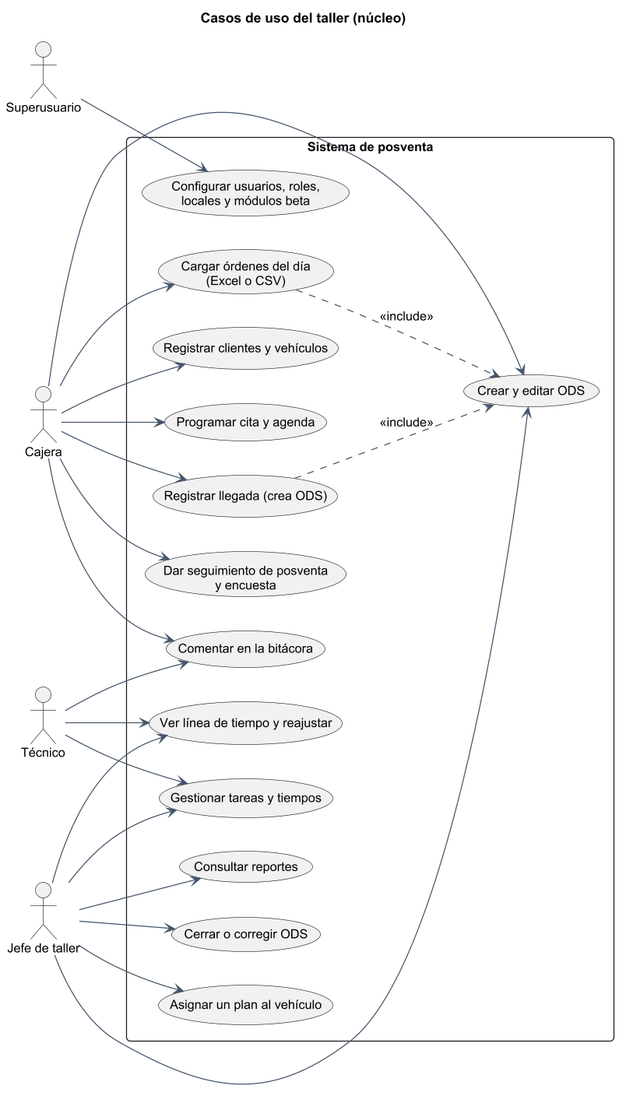
This is diagramas/R81_consolidados/png/DCU-R81-0001_casos_de_uso_taller.png from AlvaroMachaca05Dev/Tesis_Posventa, a PlantUML export, as it was before one commit. Source of this version:
```plantuml
@startuml
skinparam shadowing false
skinparam defaultFontName Arial
skinparam defaultFontSize 13
skinparam dpi 120
skinparam roundCorner 8
skinparam ArrowColor #44546a
skinparam ClassBackgroundColor #f4f8fc
skinparam ClassBorderColor #44546a
skinparam PackageBackgroundColor #ffffff
skinparam NoteBackgroundColor #fff8e1

title Casos de uso del taller (núcleo)
left to right direction
actor "Cajera" as CA
actor "Jefe de taller" as JT
actor "Técnico" as TE
actor "Superusuario" as SU
rectangle "Sistema de posventa" {
  usecase "Cargar órdenes del día\n(Excel o CSV)" as U1
  usecase "Registrar clientes y vehículos" as U2
  usecase "Crear y editar ODS" as U3
  usecase "Cerrar o corregir ODS" as U4
  usecase "Asignar un plan al vehículo" as U5
  usecase "Ver línea de tiempo y reajustar" as U6
  usecase "Programar cita y agenda" as U7
  usecase "Registrar llegada (crea ODS)" as U8
  usecase "Gestionar tareas y tiempos" as U9
  usecase "Comentar en la bitácora" as U10
  usecase "Dar seguimiento de posventa\ny encuesta" as U11
  usecase "Consultar reportes" as U12
  usecase "Configurar usuarios, roles,\nlocales y módulos beta" as U13
}
SU --> U13
CA --> U1
CA --> U2
CA --> U3
CA --> U7
CA --> U8
CA --> U11
JT --> U3
JT --> U4
JT --> U5
JT --> U6
JT --> U9
JT --> U12
TE --> U9
TE --> U10
TE --> U6
CA --> U10
U8 ..> U3 : <<include>>
U1 ..> U3 : <<include>>
@enduml
```
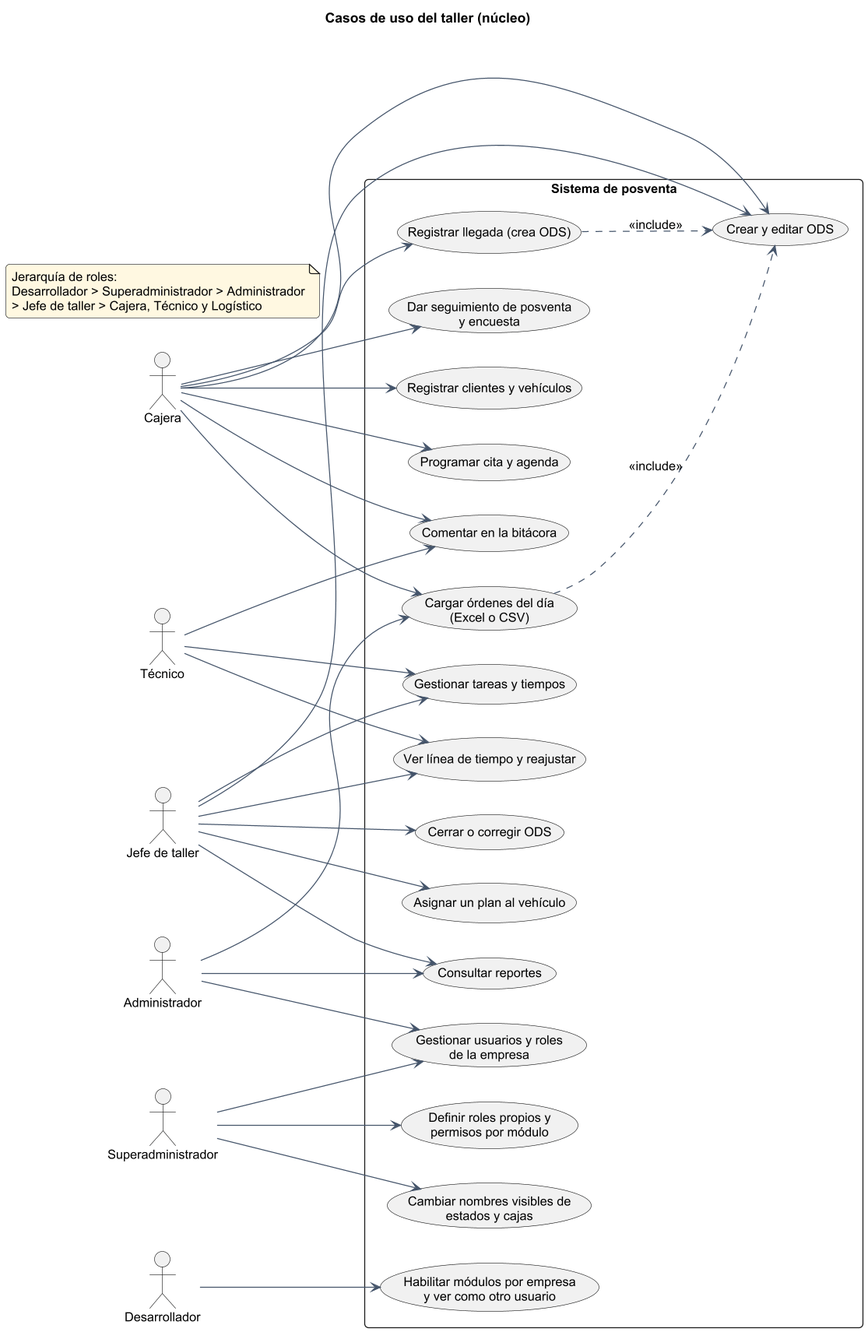
After the commit.

The edit, as a diff of the source:
```diff
@@ -15,7 +15,9 @@
 actor "Cajera" as CA
 actor "Jefe de taller" as JT
 actor "Técnico" as TE
-actor "Superusuario" as SU
+actor "Administrador" as AD
+actor "Superadministrador" as SA
+actor "Desarrollador" as PR
 rectangle "Sistema de posventa" {
   usecase "Cargar órdenes del día\n(Excel o CSV)" as U1
   usecase "Registrar clientes y vehículos" as U2
@@ -29,9 +31,23 @@
   usecase "Comentar en la bitácora" as U10
   usecase "Dar seguimiento de posventa\ny encuesta" as U11
   usecase "Consultar reportes" as U12
-  usecase "Configurar usuarios, roles,\nlocales y módulos beta" as U13
+  usecase "Gestionar usuarios y roles\nde la empresa" as U13
+  usecase "Definir roles propios y\npermisos por módulo" as U14
+  usecase "Cambiar nombres visibles de\nestados y cajas" as U15
+  usecase "Habilitar módulos por empresa\ny ver como otro usuario" as U16
 }
-SU --> U13
+note as N1
+  Jerarquía de roles:
+  Desarrollador > Superadministrador > Administrador
+  > Jefe de taller > Cajera, Técnico y Logístico
+end note
+PR --> U16
+SA --> U13
+SA --> U14
+SA --> U15
+AD --> U13
+AD --> U1
+AD --> U12
 CA --> U1
 CA --> U2
 CA --> U3
```
